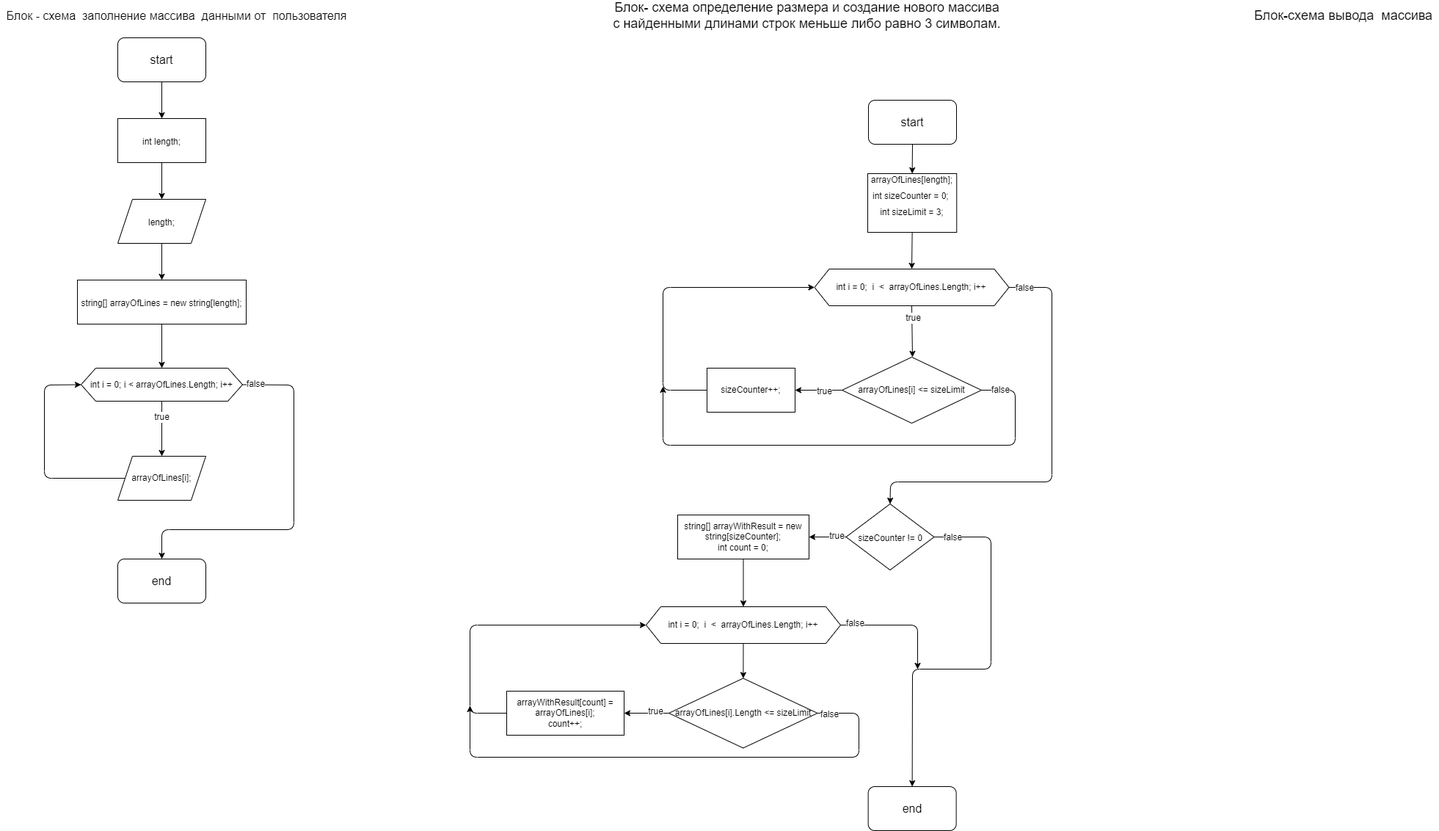
Earlier version of the draw.io export block diagram.drawio.png (HappyBorer/The-final-verification-work). Source tidied: cells renumbered, new cells last; positions are measured from the earlier drawing's top-left corner, leaving out a move shared by most shapes.
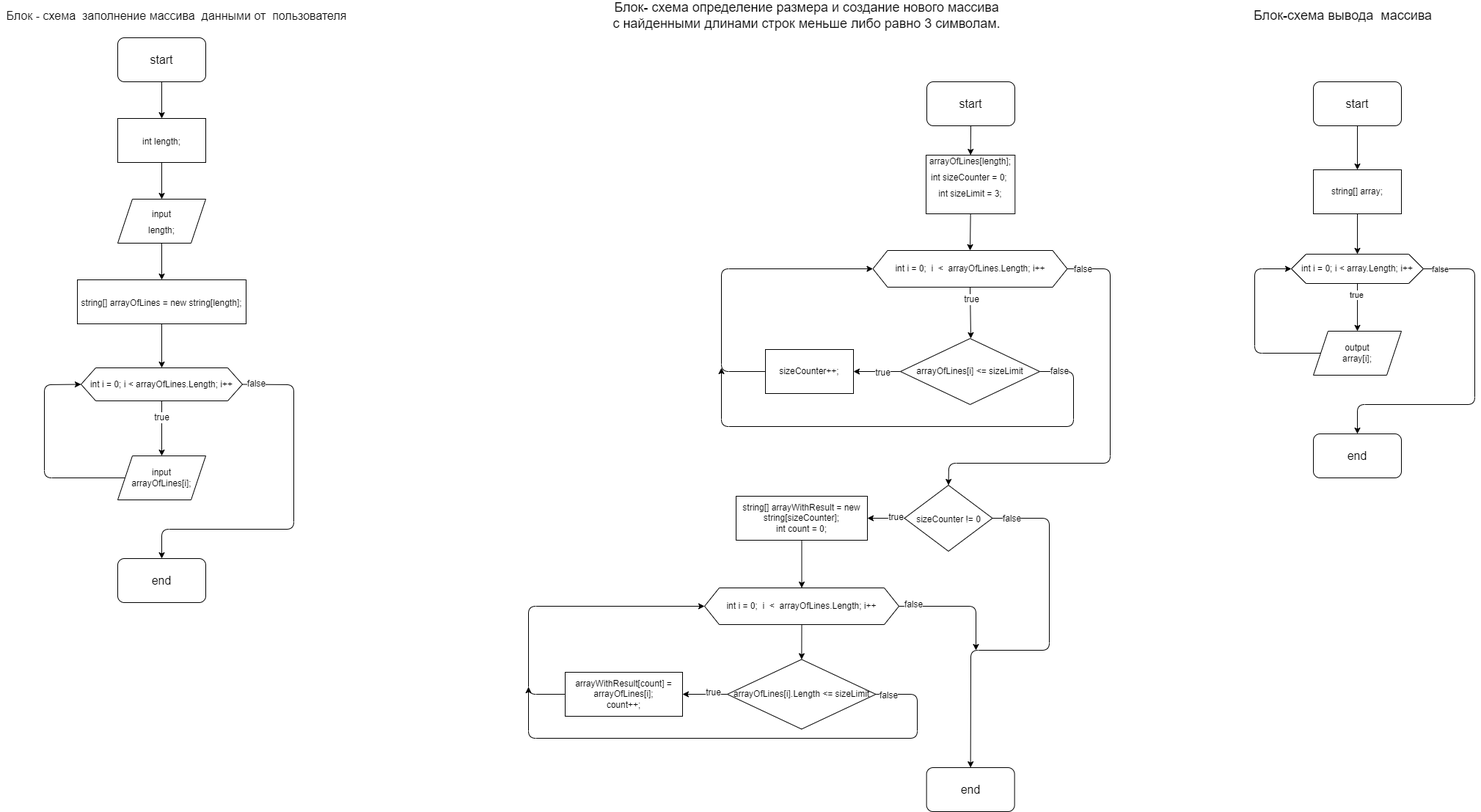
After the change.

Commit message:
added the exposure of the output of the array

Diff of the diagram source:
```diff
@@ -84,34 +84,34 @@
       <mxGeometry x="923" y="700" width="179" height="60" as="geometry" />
     </mxCell>
     <mxCell id="21" value="&lt;font size=&quot;3&quot;&gt;Блок - схема&amp;nbsp; заполнение массива&amp;nbsp; данными от&amp;nbsp; пользователя&lt;/font&gt;" style="text;html=1;align=center;verticalAlign=middle;strokeColor=none;fillColor=none;fontSize=12;" parent="1" vertex="1">
-      <mxGeometry y="10" width="480" height="20" as="geometry" />
+      <mxGeometry x="-80" y="35" width="480" height="20" as="geometry" />
     </mxCell>
     <mxCell id="22" style="edgeStyle=none;html=1;exitX=0.5;exitY=1;exitDx=0;exitDy=0;entryX=0.5;entryY=0;entryDx=0;entryDy=0;fontSize=18;" parent="1" edge="1" source="23" target="26">
       <mxGeometry relative="1" as="geometry" />
     </mxCell>
     <mxCell id="23" value="&lt;font size=&quot;3&quot;&gt;start&lt;/font&gt;" style="rounded=1;whiteSpace=wrap;html=1;" parent="1" vertex="1">
-      <mxGeometry x="160" y="50" width="120" height="60" as="geometry" />
+      <mxGeometry x="80" y="75" width="120" height="60" as="geometry" />
     </mxCell>
     <mxCell id="24" value="&lt;font size=&quot;3&quot;&gt;end&lt;/font&gt;" style="rounded=1;whiteSpace=wrap;html=1;" parent="1" vertex="1">
-      <mxGeometry x="160" y="760" width="120" height="60" as="geometry" />
+      <mxGeometry x="80" y="785" width="120" height="60" as="geometry" />
     </mxCell>
     <mxCell id="25" style="edgeStyle=none;html=1;exitX=0.5;exitY=1;exitDx=0;exitDy=0;entryX=0.5;entryY=0;entryDx=0;entryDy=0;fontSize=18;" parent="1" edge="1" source="26" target="28">
       <mxGeometry relative="1" as="geometry" />
     </mxCell>
     <mxCell id="26" value="&lt;font style=&quot;font-size: 12px&quot;&gt;int length;&lt;/font&gt;" style="rounded=0;whiteSpace=wrap;html=1;fontSize=18;" parent="1" vertex="1">
-      <mxGeometry x="160" y="160" width="120" height="60" as="geometry" />
+      <mxGeometry x="80" y="185" width="120" height="60" as="geometry" />
     </mxCell>
     <mxCell id="27" style="edgeStyle=none;html=1;exitX=0.5;exitY=1;exitDx=0;exitDy=0;entryX=0.5;entryY=0;entryDx=0;entryDy=0;fontSize=12;" parent="1" edge="1" source="28" target="30">
       <mxGeometry relative="1" as="geometry" />
     </mxCell>
-    <mxCell id="28" value="&lt;font style=&quot;font-size: 12px&quot;&gt;length;&lt;/font&gt;" style="shape=parallelogram;perimeter=parallelogramPerimeter;whiteSpace=wrap;html=1;fixedSize=1;fontSize=18;" parent="1" vertex="1">
-      <mxGeometry x="160" y="270" width="120" height="60" as="geometry" />
+    <mxCell id="28" value="&lt;font style=&quot;font-size: 12px&quot;&gt;input&lt;br&gt;length;&lt;/font&gt;" style="shape=parallelogram;perimeter=parallelogramPerimeter;whiteSpace=wrap;html=1;fixedSize=1;fontSize=18;" parent="1" vertex="1">
+      <mxGeometry x="80" y="295" width="120" height="60" as="geometry" />
     </mxCell>
     <mxCell id="29" style="edgeStyle=none;html=1;exitX=0.5;exitY=1;exitDx=0;exitDy=0;entryX=0.5;entryY=0;entryDx=0;entryDy=0;fontSize=12;" parent="1" edge="1" source="30" target="35">
       <mxGeometry relative="1" as="geometry" />
     </mxCell>
     <mxCell id="30" value="&lt;font style=&quot;font-size: 12px&quot;&gt;string[] arrayOfLines = new string[length];&lt;/font&gt;" style="rounded=0;whiteSpace=wrap;html=1;fontSize=18;" parent="1" vertex="1">
-      <mxGeometry x="105" y="380" width="230" height="60" as="geometry" />
+      <mxGeometry x="25" y="405" width="230" height="60" as="geometry" />
     </mxCell>
     <mxCell id="31" style="edgeStyle=none;html=1;exitX=0.5;exitY=1;exitDx=0;exitDy=0;entryX=0.5;entryY=0;entryDx=0;entryDy=0;fontSize=12;" parent="1" edge="1" source="35" target="37">
       <mxGeometry relative="1" as="geometry" />
@@ -122,9 +122,9 @@
     <mxCell id="33" style="edgeStyle=none;html=1;exitX=1;exitY=0.5;exitDx=0;exitDy=0;entryX=0.5;entryY=0;entryDx=0;entryDy=0;fontSize=12;" parent="1" edge="1" source="35" target="24">
       <mxGeometry relative="1" as="geometry">
         <Array as="points">
-          <mxPoint x="400" y="523" />
-          <mxPoint x="400" y="720" />
-          <mxPoint x="220" y="720" />
+          <mxPoint x="320" y="548" />
+          <mxPoint x="320" y="745" />
+          <mxPoint x="140" y="745" />
         </Array>
       </mxGeometry>
     </mxCell>
@@ -132,21 +132,21 @@
       <mxGeometry x="-0.93" y="1" relative="1" as="geometry" />
     </mxCell>
     <mxCell id="35" value="int i = 0; i &amp;lt; arrayOfLines.Length; i++" style="shape=hexagon;perimeter=hexagonPerimeter2;whiteSpace=wrap;html=1;fixedSize=1;fontSize=12;" parent="1" vertex="1">
-      <mxGeometry x="110" y="500" width="220" height="45" as="geometry" />
+      <mxGeometry x="30" y="525" width="220" height="45" as="geometry" />
     </mxCell>
     <mxCell id="36" style="edgeStyle=none;html=1;exitX=0;exitY=0.5;exitDx=0;exitDy=0;entryX=0;entryY=0.5;entryDx=0;entryDy=0;fontSize=12;" parent="1" edge="1" source="37" target="35">
       <mxGeometry relative="1" as="geometry">
         <Array as="points">
-          <mxPoint x="60" y="650" />
-          <mxPoint x="60" y="523" />
+          <mxPoint x="-20" y="675" />
+          <mxPoint x="-20" y="548" />
         </Array>
       </mxGeometry>
     </mxCell>
-    <mxCell id="37" value="arrayOfLines[i];" style="shape=parallelogram;perimeter=parallelogramPerimeter;whiteSpace=wrap;html=1;fixedSize=1;fontSize=12;" parent="1" vertex="1">
-      <mxGeometry x="160" y="620" width="120" height="60" as="geometry" />
+    <mxCell id="37" value="input&lt;br&gt;arrayOfLines[i];" style="shape=parallelogram;perimeter=parallelogramPerimeter;whiteSpace=wrap;html=1;fixedSize=1;fontSize=12;" parent="1" vertex="1">
+      <mxGeometry x="80" y="645" width="120" height="60" as="geometry" />
     </mxCell>
     <mxCell id="38" value="&lt;span style=&quot;font-size: 18px&quot;&gt;Блок- схема определение размера и создание нового массива&lt;br&gt;с найденными длинами строк меньше либо равно 3 символам.&lt;br&gt;&lt;/span&gt;" style="text;html=1;align=center;verticalAlign=middle;strokeColor=none;fillColor=none;fontSize=12;" parent="1" vertex="1">
-      <mxGeometry x="829" width="540" height="40" as="geometry" />
+      <mxGeometry x="749" y="25" width="540" height="40" as="geometry" />
     </mxCell>
     <mxCell id="39" style="edgeStyle=none;html=1;exitX=0;exitY=0.5;exitDx=0;exitDy=0;fontSize=12;" parent="1" edge="1" source="43" target="20">
       <mxGeometry relative="1" as="geometry" />
@@ -220,7 +220,54 @@
       <mxGeometry x="690" y="940" width="160" height="60" as="geometry" />
     </mxCell>
     <mxCell id="55" value="&lt;font style=&quot;font-size: 18px&quot;&gt;Блок-схема вывода&amp;nbsp; массива&lt;/font&gt;" style="text;html=1;align=center;verticalAlign=middle;strokeColor=none;fillColor=none;fontSize=12;" parent="1" vertex="1">
-      <mxGeometry x="1700" y="10" width="260" height="20" as="geometry" />
+      <mxGeometry x="1620" y="35" width="260" height="20" as="geometry" />
     </mxCell>
+    <mxCell id="56" style="edgeStyle=none;html=1;exitX=0.5;exitY=1;exitDx=0;exitDy=0;entryX=0.5;entryY=0;entryDx=0;entryDy=0;" parent="1" edge="1" source="57" target="60">
+      <mxGeometry relative="1" as="geometry" />
+    </mxCell>
+    <mxCell id="57" value="&lt;font size=&quot;3&quot;&gt;start&lt;/font&gt;" style="rounded=1;whiteSpace=wrap;html=1;" parent="1" vertex="1">
+      <mxGeometry x="1710" y="135" width="120" height="60" as="geometry" />
+    </mxCell>
+    <mxCell id="58" value="&lt;font size=&quot;3&quot;&gt;end&lt;/font&gt;" style="rounded=1;whiteSpace=wrap;html=1;" parent="1" vertex="1">
+      <mxGeometry x="1710" y="615" width="120" height="60" as="geometry" />
+    </mxCell>
+    <mxCell id="59" style="edgeStyle=none;html=1;exitX=0.5;exitY=1;exitDx=0;exitDy=0;entryX=0.5;entryY=0;entryDx=0;entryDy=0;" parent="1" edge="1" source="60" target="65">
+      <mxGeometry relative="1" as="geometry" />
+    </mxCell>
+    <mxCell id="60" value="string[] array;" style="rounded=0;whiteSpace=wrap;html=1;" parent="1" vertex="1">
+      <mxGeometry x="1710" y="255" width="120" height="60" as="geometry" />
+    </mxCell>
+    <mxCell id="61" style="edgeStyle=none;html=1;exitX=0.5;exitY=1;exitDx=0;exitDy=0;" parent="1" edge="1" source="65" target="67">
+      <mxGeometry relative="1" as="geometry" />
+    </mxCell>
+    <mxCell id="62" value="true" style="edgeLabel;html=1;align=center;verticalAlign=middle;" parent="61" vertex="1">
+      <mxGeometry x="-0.52" y="-1" relative="1" as="geometry" />
+    </mxCell>
+    <mxCell id="63" style="edgeStyle=none;html=1;exitX=1;exitY=0.5;exitDx=0;exitDy=0;entryX=0.5;entryY=0;entryDx=0;entryDy=0;" parent="1" edge="1" source="65" target="58">
+      <mxGeometry relative="1" as="geometry">
+        <Array as="points">
+          <mxPoint x="1930" y="390" />
+          <mxPoint x="1930" y="575" />
+          <mxPoint x="1770" y="575" />
+        </Array>
+      </mxGeometry>
+    </mxCell>
+    <mxCell id="64" value="false" style="edgeLabel;html=1;align=center;verticalAlign=middle;" parent="63" vertex="1">
+      <mxGeometry x="-0.9" y="-1" relative="1" as="geometry" />
+    </mxCell>
+    <mxCell id="65" value="int i = 0; i &amp;lt; array.Length; i++" style="shape=hexagon;perimeter=hexagonPerimeter2;whiteSpace=wrap;html=1;fixedSize=1;" parent="1" vertex="1">
+      <mxGeometry x="1680" y="370" width="180" height="40" as="geometry" />
+    </mxCell>
+    <mxCell id="66" style="edgeStyle=none;html=1;exitX=0;exitY=0.5;exitDx=0;exitDy=0;entryX=0;entryY=0.5;entryDx=0;entryDy=0;" parent="1" edge="1" source="67" target="65">
+      <mxGeometry relative="1" as="geometry">
+        <Array as="points">
+          <mxPoint x="1630" y="505" />
+          <mxPoint x="1630" y="390" />
+        </Array>
+      </mxGeometry>
+    </mxCell>
+    <mxCell id="67" value="output&lt;br&gt;array[i];" style="shape=parallelogram;perimeter=parallelogramPerimeter;whiteSpace=wrap;html=1;fixedSize=1;" parent="1" vertex="1">
+      <mxGeometry x="1710" y="475" width="120" height="60" as="geometry" />
+    </mxCell>
   </root>
 </mxGraphModel>
```
